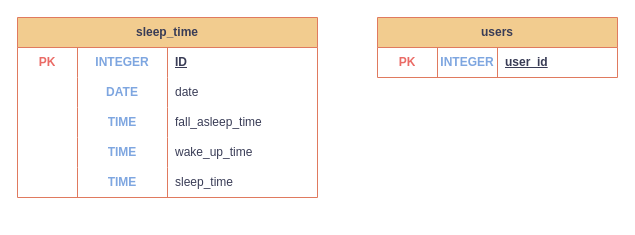
The draw.io diagram src/main/tables/Family_Bot.drawio in AntonioBrightside/Family-Telegram-Bot, before the edit. Source tidied: cells renumbered, new cells numbered last; positions are measured from the earlier drawing's top-left corner, leaving out a move shared by most shapes. Both pictures are drawn from the tidied source at 100%, with x=0, y=0 at pixel (17, 17).
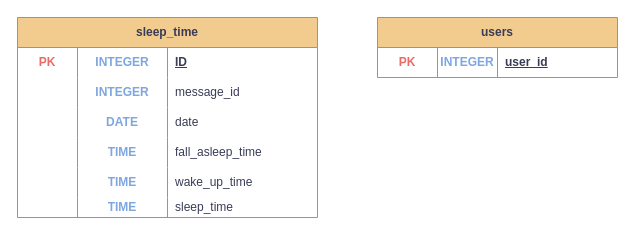
The same page after the edit.

Commit message:
MessageId has been added

Change to the diagram source:
```diff
@@
     <mxCell id="2" value="sleep_time" style="shape=table;startSize=30;childLayout=tableLayout;rowLines=0;fontStyle=1;align=center;html=1;whiteSpace=wrap;strokeColor=#E07A5F;fontColor=#393C56;fillColor=#F2CC8F;perimeterSpacing=1;" parent="1" vertex="1">
-      <mxGeometry width="300" height="180" as="geometry" />
+      <mxGeometry width="300" height="200" as="geometry" />
     </mxCell>
@@
+    <mxCell id="31" style="shape=tableRow;horizontal=0;startSize=0;swimlaneHead=0;swimlaneBody=0;fillColor=none;top=0;left=0;right=0;bottom=0;html=1;strokeColor=#E07A5F;fontColor=#393C56;" parent="2" vertex="1">
+      <mxGeometry y="60" width="300" height="30" as="geometry" />
+    </mxCell>
+    <mxCell id="32" style="shape=partialRectangle;fillColor=none;top=0;left=0;bottom=0;right=0;overflow=hidden;html=1;whiteSpace=wrap;strokeColor=#E07A5F;fontColor=#393C56;" parent="31" vertex="1">
+      <mxGeometry width="60" height="30" as="geometry" />
+    </mxCell>
+    <mxCell id="33" value="INTEGER" style="shape=partialRectangle;fillColor=none;top=0;left=0;bottom=0;right=0;overflow=hidden;html=1;whiteSpace=wrap;strokeColor=#E07A5F;fontColor=#7EA6E0;fontStyle=1;" parent="31" vertex="1">
+      <mxGeometry x="60" width="90" height="30" as="geometry" />
+    </mxCell>
+    <mxCell id="34" value="message_id" style="shape=partialRectangle;fillColor=none;top=0;left=0;bottom=0;right=0;align=left;spacingLeft=6;overflow=hidden;html=1;whiteSpace=wrap;strokeColor=#E07A5F;fontColor=#393C56;" parent="31" vertex="1">
+      <mxGeometry x="150" width="150" height="30" as="geometry" />
+    </mxCell>
     <mxCell id="7" style="shape=tableRow;horizontal=0;startSize=0;swimlaneHead=0;swimlaneBody=0;fillColor=none;top=0;left=0;right=0;bottom=0;html=1;strokeColor=#E07A5F;fontColor=#393C56;" parent="2" vertex="1">
-      <mxGeometry y="60" width="300" height="30" as="geometry" />
+      <mxGeometry y="90" width="300" height="30" as="geometry" />
     </mxCell>
@@
     <mxCell id="11" style="shape=tableRow;horizontal=0;startSize=0;swimlaneHead=0;swimlaneBody=0;fillColor=none;top=0;left=0;right=0;bottom=0;html=1;strokeColor=#E07A5F;fontColor=#393C56;" parent="2" vertex="1">
-      <mxGeometry y="90" width="300" height="30" as="geometry" />
+      <mxGeometry y="120" width="300" height="30" as="geometry" />
     </mxCell>
@@
     <mxCell id="15" style="shape=tableRow;horizontal=0;startSize=0;swimlaneHead=0;swimlaneBody=0;fillColor=none;top=0;left=0;right=0;bottom=0;html=1;strokeColor=#E07A5F;fontColor=#393C56;" parent="2" vertex="1">
-      <mxGeometry y="120" width="300" height="30" as="geometry" />
+      <mxGeometry y="150" width="300" height="30" as="geometry" />
     </mxCell>
@@
     <mxCell id="19" style="shape=tableRow;horizontal=0;startSize=0;swimlaneHead=0;swimlaneBody=0;fillColor=none;top=0;left=0;right=0;bottom=0;html=1;strokeColor=#E07A5F;fontColor=#393C56;" parent="2" vertex="1">
-      <mxGeometry y="150" width="300" height="30" as="geometry" />
+      <mxGeometry y="180" width="300" height="20" as="geometry" />
     </mxCell>
     <mxCell id="20" style="shape=partialRectangle;fillColor=none;top=0;left=0;bottom=0;right=0;overflow=hidden;html=1;whiteSpace=wrap;strokeColor=#E07A5F;fontColor=#393C56;" parent="19" vertex="1">
-      <mxGeometry width="60" height="30" as="geometry" />
+      <mxGeometry width="60" height="20" as="geometry" />
     </mxCell>
     <mxCell id="21" value="TIME" style="shape=partialRectangle;fillColor=none;top=0;left=0;bottom=0;right=0;overflow=hidden;html=1;whiteSpace=wrap;strokeColor=#E07A5F;fontColor=#7EA6E0;fontStyle=1;" parent="19" vertex="1">
-      <mxGeometry x="60" width="90" height="30" as="geometry" />
+      <mxGeometry x="60" width="90" height="20" as="geometry" />
     </mxCell>
     <mxCell id="22" value="sleep_time" style="shape=partialRectangle;fillColor=none;top=0;left=0;bottom=0;right=0;align=left;spacingLeft=6;overflow=hidden;html=1;whiteSpace=wrap;strokeColor=#E07A5F;fontColor=#393C56;" parent="19" vertex="1">
-      <mxGeometry x="150" width="150" height="30" as="geometry" />
+      <mxGeometry x="150" width="150" height="20" as="geometry" />
     </mxCell>
@@
     <mxCell id="29" value="TIME" style="shape=partialRectangle;fillColor=none;top=0;left=0;bottom=0;right=0;overflow=hidden;html=1;whiteSpace=wrap;strokeColor=#E07A5F;fontColor=#7EA6E0;fontStyle=1;" parent="1" vertex="1">
-      <mxGeometry x="60" y="120" width="90" height="30" as="geometry" />
+      <mxGeometry x="60" y="150" width="90" height="30" as="geometry" />
     </mxCell>
     <mxCell id="30" value="TIME" style="shape=partialRectangle;fillColor=none;top=0;left=0;bottom=0;right=0;overflow=hidden;html=1;whiteSpace=wrap;strokeColor=#E07A5F;fontColor=#7EA6E0;fontStyle=1;" parent="1" vertex="1">
-      <mxGeometry x="60" y="90" width="90" height="30" as="geometry" />
+      <mxGeometry x="60" y="120" width="90" height="30" as="geometry" />
     </mxCell>
```
